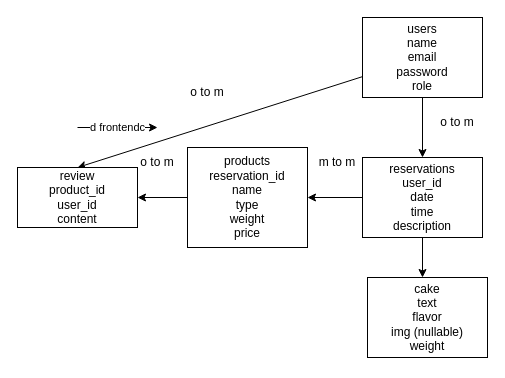
Above: capstone.drawio in SimoCrisce/capstone-project (draw.io), before the change. Source tidied: cells renumbered, new cells numbered last; positions are measured from the earlier drawing's top-left corner, leaving out a move shared by most shapes. Both pictures are drawn from the tidied source at 100%, with x=0, y=0 at pixel (17, 17).
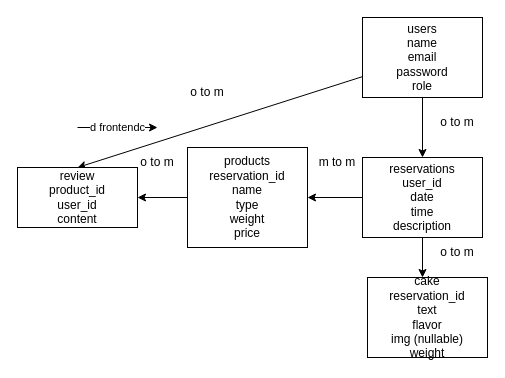
The same diagram, later.

Diff of the diagram source:
```diff
@@
 <mxGraphModel>
   <root>
     <mxCell id="0" />
     <mxCell id="1" parent="0" />
     <mxCell id="2" style="edgeStyle=none;html=1;entryX=0.5;entryY=0;entryDx=0;entryDy=0;" parent="1" edge="1" source="4" target="10">
       <mxGeometry relative="1" as="geometry" />
     </mxCell>
     <mxCell id="3" style="edgeStyle=none;html=1;entryX=0.5;entryY=0;entryDx=0;entryDy=0;" parent="1" edge="1" source="4" target="7">
       <mxGeometry relative="1" as="geometry" />
     </mxCell>
     <mxCell id="4" value="users&lt;br&gt;name&lt;br&gt;email&lt;br&gt;password&lt;br&gt;role" style="whiteSpace=wrap;html=1;" parent="1" vertex="1">
       <mxGeometry x="345" width="120" height="80" as="geometry" />
     </mxCell>
     <mxCell id="5" style="edgeStyle=none;html=1;" parent="1" edge="1" source="6" target="7">
       <mxGeometry relative="1" as="geometry" />
     </mxCell>
     <mxCell id="6" value="products&lt;br&gt;reservation_id&lt;br&gt;name&lt;br&gt;type&lt;br&gt;weight&lt;br&gt;price" style="whiteSpace=wrap;html=1;" parent="1" vertex="1">
       <mxGeometry x="170" y="130" width="120" height="100" as="geometry" />
     </mxCell>
     <mxCell id="7" value="review&lt;br&gt;product_id&lt;br&gt;user_id&lt;br&gt;content" style="whiteSpace=wrap;html=1;" parent="1" vertex="1">
       <mxGeometry y="150" width="120" height="60" as="geometry" />
     </mxCell>
     <mxCell id="8" style="edgeStyle=none;html=1;" parent="1" edge="1" source="10" target="6">
       <mxGeometry relative="1" as="geometry" />
     </mxCell>
     <mxCell id="9" style="edgeStyle=none;html=1;" parent="1" edge="1" source="10">
       <mxGeometry relative="1" as="geometry">
         <mxPoint x="405" y="260" as="targetPoint" />
       </mxGeometry>
     </mxCell>
     <mxCell id="10" value="reservations&lt;br&gt;user_id&lt;br&gt;date&lt;br&gt;time&lt;br&gt;description" style="whiteSpace=wrap;html=1;" parent="1" vertex="1">
       <mxGeometry x="345" y="140" width="120" height="80" as="geometry" />
     </mxCell>
     <mxCell id="11" value="o to m" style="text;strokeColor=none;align=center;fillColor=none;html=1;verticalAlign=middle;whiteSpace=wrap;rounded=0;" parent="1" vertex="1">
       <mxGeometry x="410" y="90" width="60" height="30" as="geometry" />
     </mxCell>
     <mxCell id="12" value="m to m" style="text;strokeColor=none;align=center;fillColor=none;html=1;verticalAlign=middle;whiteSpace=wrap;rounded=0;" parent="1" vertex="1">
       <mxGeometry x="290" y="130" width="60" height="30" as="geometry" />
     </mxCell>
     <mxCell id="13" value="o to m" style="text;strokeColor=none;align=center;fillColor=none;html=1;verticalAlign=middle;whiteSpace=wrap;rounded=0;" parent="1" vertex="1">
       <mxGeometry x="110" y="130" width="60" height="30" as="geometry" />
     </mxCell>
     <mxCell id="14" value="o to m" style="text;strokeColor=none;align=center;fillColor=none;html=1;verticalAlign=middle;whiteSpace=wrap;rounded=0;" parent="1" vertex="1">
       <mxGeometry x="160" y="60" width="60" height="30" as="geometry" />
     </mxCell>
     <mxCell id="15" value="d frontendc" style="edgeStyle=none;orthogonalLoop=1;jettySize=auto;html=1;" parent="1" edge="1">
       <mxGeometry relative="1" as="geometry">
         <mxPoint x="60" y="110" as="sourcePoint" />
         <mxPoint x="140" y="110" as="targetPoint" />
       </mxGeometry>
     </mxCell>
-    <mxCell id="16" value="cake&lt;br&gt;text&lt;br&gt;flavor&lt;br&gt;img (nullable)&lt;br&gt;weight" style="whiteSpace=wrap;html=1;" parent="1" vertex="1">
+    <mxCell id="16" value="cake&lt;br&gt;reservation_id&lt;br&gt;text&lt;br&gt;flavor&lt;br&gt;img (nullable)&lt;br&gt;weight" style="whiteSpace=wrap;html=1;" parent="1" vertex="1">
       <mxGeometry x="350" y="260" width="120" height="80" as="geometry" />
     </mxCell>
+    <mxCell id="17" value="o to m" style="text;strokeColor=none;align=center;fillColor=none;html=1;verticalAlign=middle;whiteSpace=wrap;rounded=0;" parent="1" vertex="1">
+      <mxGeometry x="410" y="220" width="60" height="30" as="geometry" />
+    </mxCell>
   </root>
 </mxGraphModel>
```
